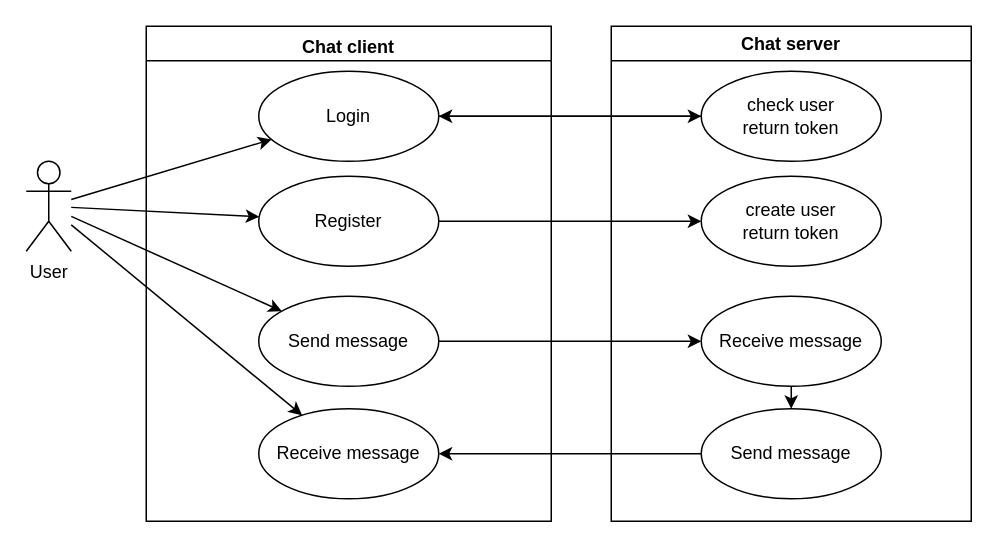
Earlier version of the draw.io diagram ChatSocket.drawio (Mvt1927/Chat). Source tidied: cells renumbered, new cells numbered last; positions are measured from the earlier drawing's top-left corner, leaving out a move shared by most shapes. Both pictures are drawn from the tidied source at 150%, with x=0, y=0 at pixel (26, 26).
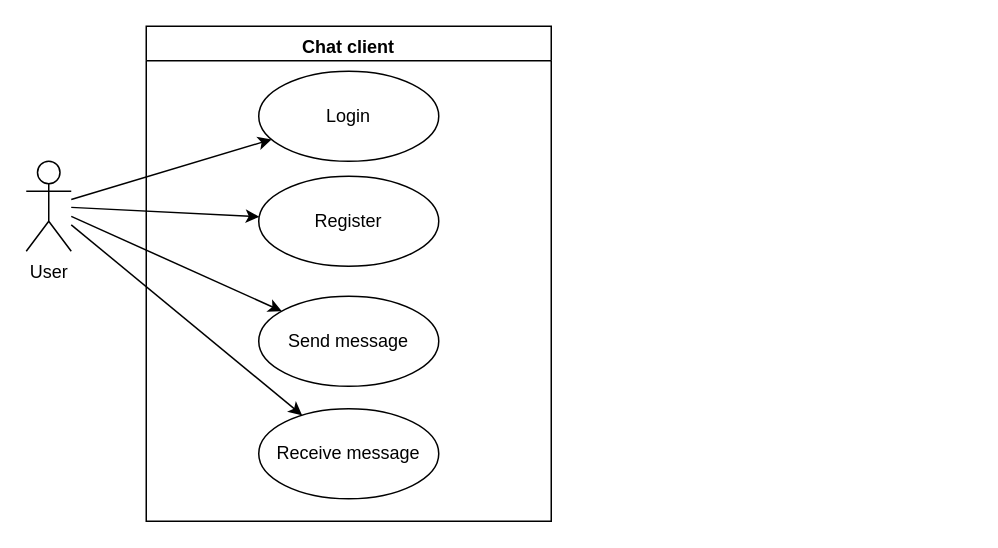
After the change.

Commit message (it also covers changes not shown here):
Cập nhật ChatSocket.drawio

The change refers to these unchanged cells:
```xml
<mxCell id="8" value="Login" style="ellipse;whiteSpace=wrap;html=1;verticalAlign=middle;" parent="7" vertex="1">
  <mxGeometry x="75" y="30" width="120" height="60" as="geometry" />
</mxCell>
<mxCell id="9" value="Register" style="ellipse;whiteSpace=wrap;html=1;verticalAlign=middle;" parent="7" vertex="1">
  <mxGeometry x="75" y="100" width="120" height="60" as="geometry" />
</mxCell>
<mxCell id="10" value="Send message" style="ellipse;whiteSpace=wrap;html=1;verticalAlign=middle;" parent="7" vertex="1">
  <mxGeometry x="75" y="180" width="120" height="60" as="geometry" />
</mxCell>
<mxCell id="11" value="Receive message" style="ellipse;whiteSpace=wrap;html=1;verticalAlign=middle;" parent="7" vertex="1">
  <mxGeometry x="75" y="255" width="120" height="60" as="geometry" />
</mxCell>
```

What changed in the source:
```diff
@@
-    <mxCell id="12" value="Chat server" style="swimlane;" parent="1" vertex="1">
-      <mxGeometry x="390" width="240" height="330" as="geometry" />
-    </mxCell>
-    <mxCell id="13" value="check user&lt;br&gt;return token" style="ellipse;whiteSpace=wrap;html=1;" parent="12" vertex="1">
-      <mxGeometry x="60" y="30" width="120" height="60" as="geometry" />
-    </mxCell>
-    <mxCell id="14" value="create user&lt;br&gt;return token" style="ellipse;whiteSpace=wrap;html=1;" parent="12" vertex="1">
-      <mxGeometry x="60" y="100" width="120" height="60" as="geometry" />
-    </mxCell>
-    <mxCell id="15" style="edgeStyle=none;rounded=0;jettySize=auto;html=1;entryX=0.5;entryY=0;entryDx=0;entryDy=0;" parent="12" edge="1" source="16" target="17">
-      <mxGeometry relative="1" as="geometry" />
-    </mxCell>
-    <mxCell id="16" value="Receive message" style="ellipse;whiteSpace=wrap;html=1;" parent="12" vertex="1">
-      <mxGeometry x="60" y="180" width="120" height="60" as="geometry" />
-    </mxCell>
-    <mxCell id="17" value="Send message" style="ellipse;whiteSpace=wrap;html=1;" parent="12" vertex="1">
-      <mxGeometry x="60" y="255" width="120" height="60" as="geometry" />
-    </mxCell>
-    <mxCell id="18" style="edgeStyle=none;rounded=0;jettySize=auto;html=1;" parent="1" edge="1" source="8" target="13">
-      <mxGeometry relative="1" as="geometry" />
-    </mxCell>
-    <mxCell id="19" style="edgeStyle=none;rounded=0;jettySize=auto;html=1;" parent="1" edge="1" source="9" target="14">
-      <mxGeometry relative="1" as="geometry" />
-    </mxCell>
-    <mxCell id="20" style="edgeStyle=none;rounded=0;jettySize=auto;html=1;entryX=1;entryY=0.5;entryDx=0;entryDy=0;" parent="1" edge="1" source="13" target="8">
-      <mxGeometry relative="1" as="geometry" />
-    </mxCell>
-    <mxCell id="21" style="edgeStyle=none;rounded=0;jettySize=auto;html=1;" parent="1" edge="1" source="10" target="16">
-      <mxGeometry relative="1" as="geometry" />
-    </mxCell>
-    <mxCell id="22" style="edgeStyle=none;rounded=0;jettySize=auto;html=1;entryX=1;entryY=0.5;entryDx=0;entryDy=0;" parent="1" edge="1" source="17" target="11">
-      <mxGeometry relative="1" as="geometry" />
-    </mxCell>
```
